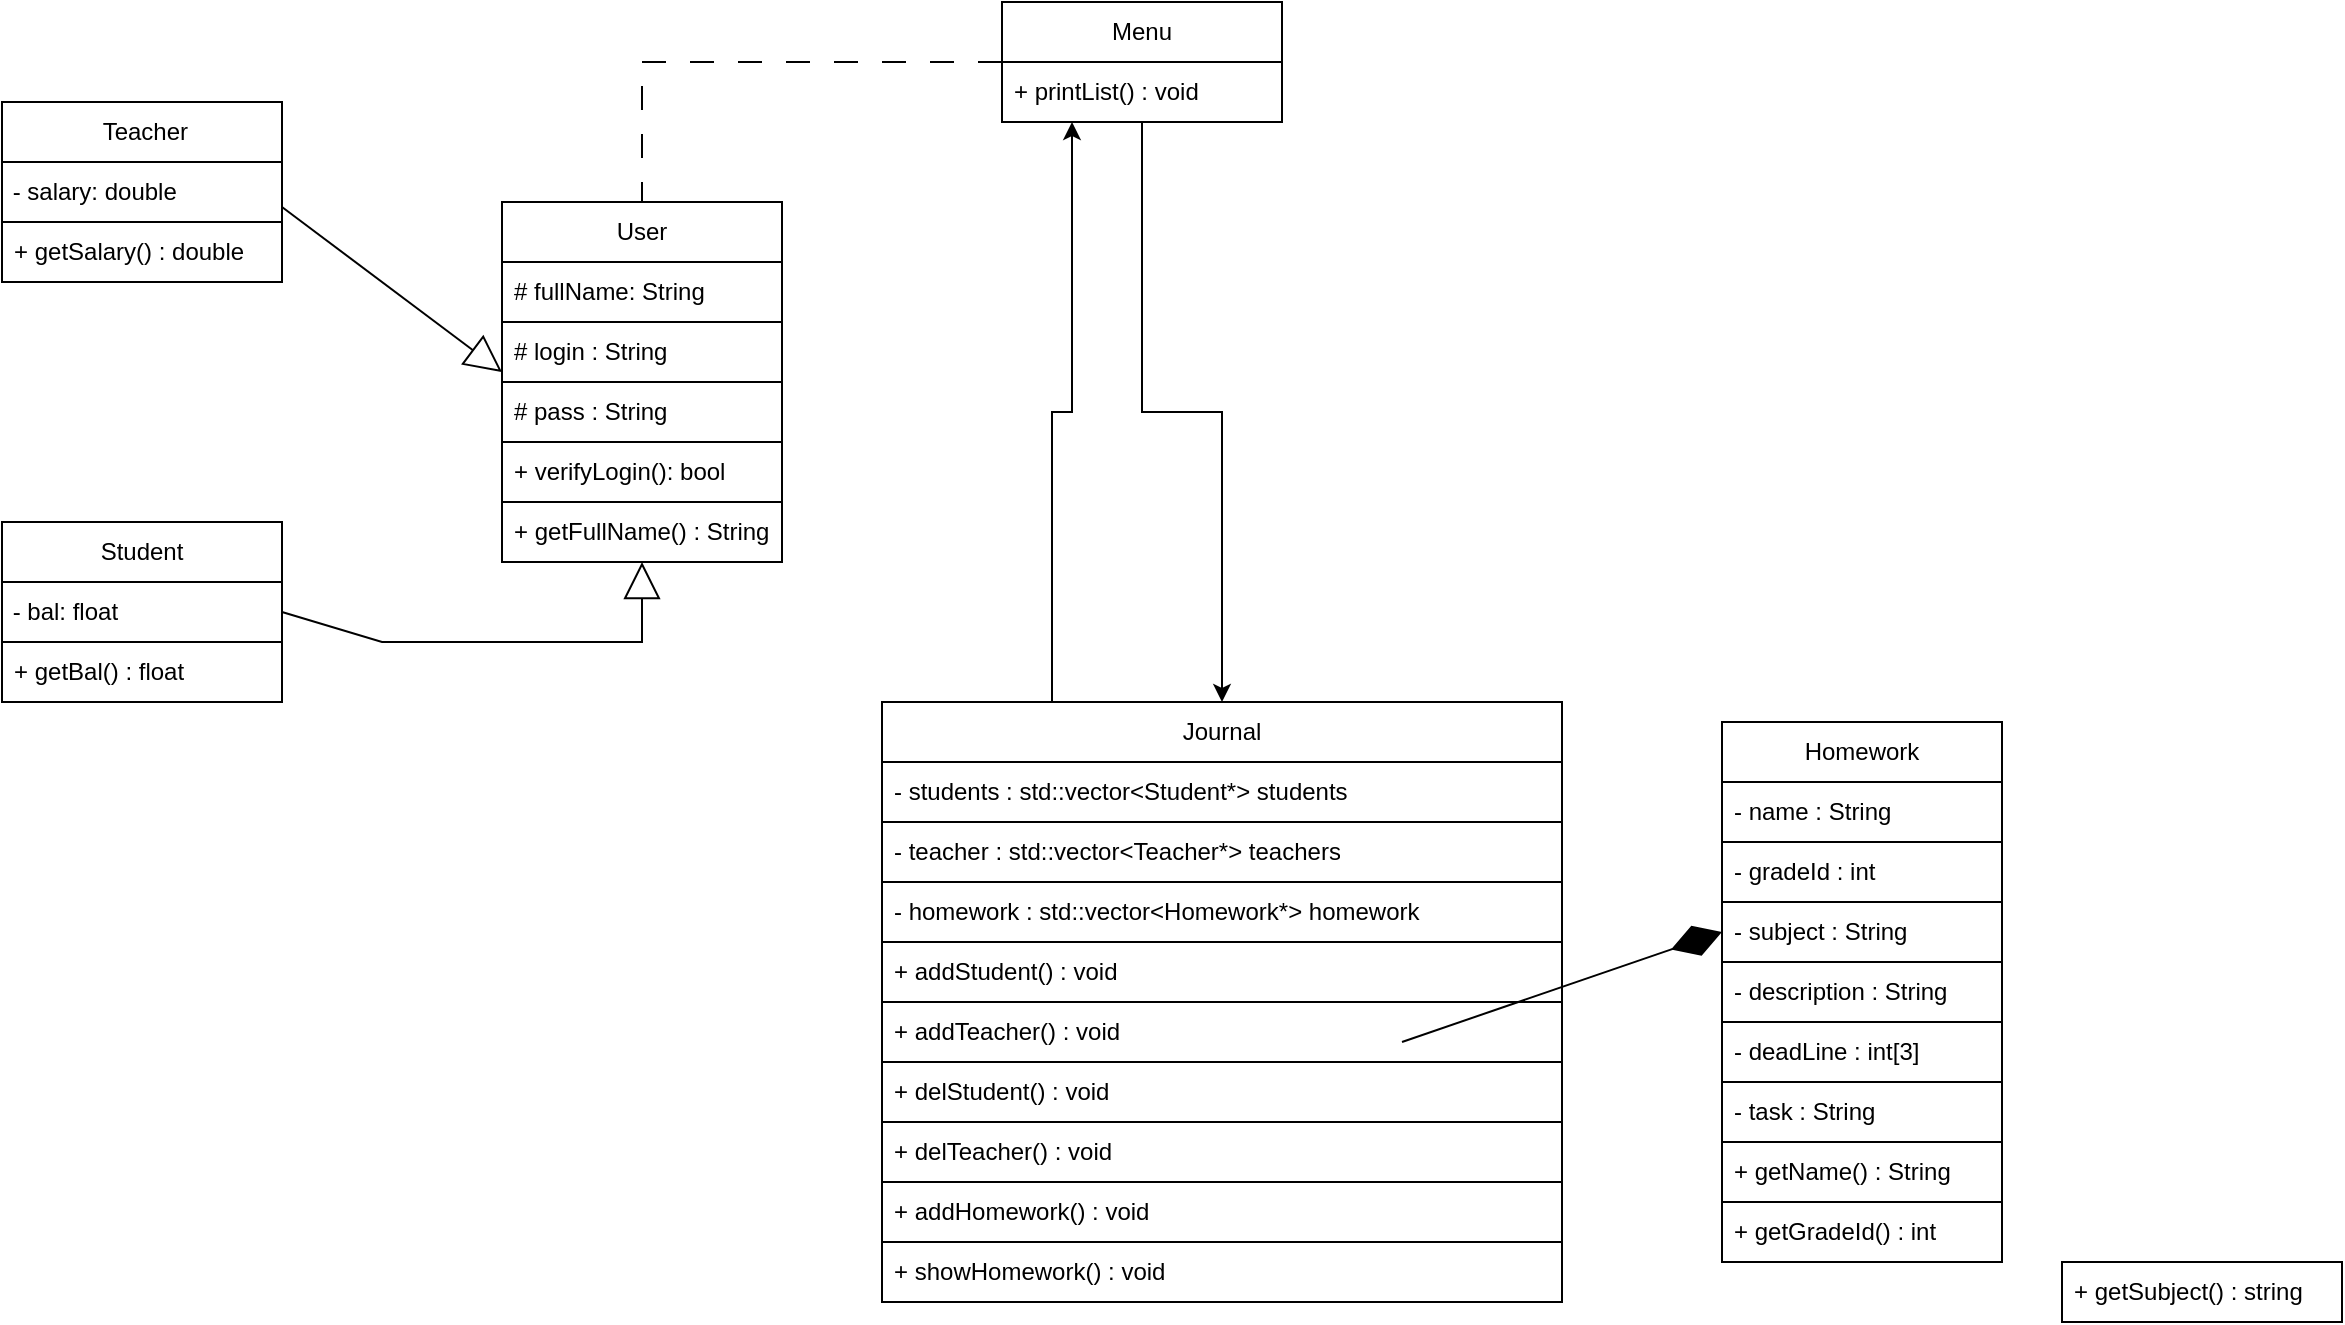
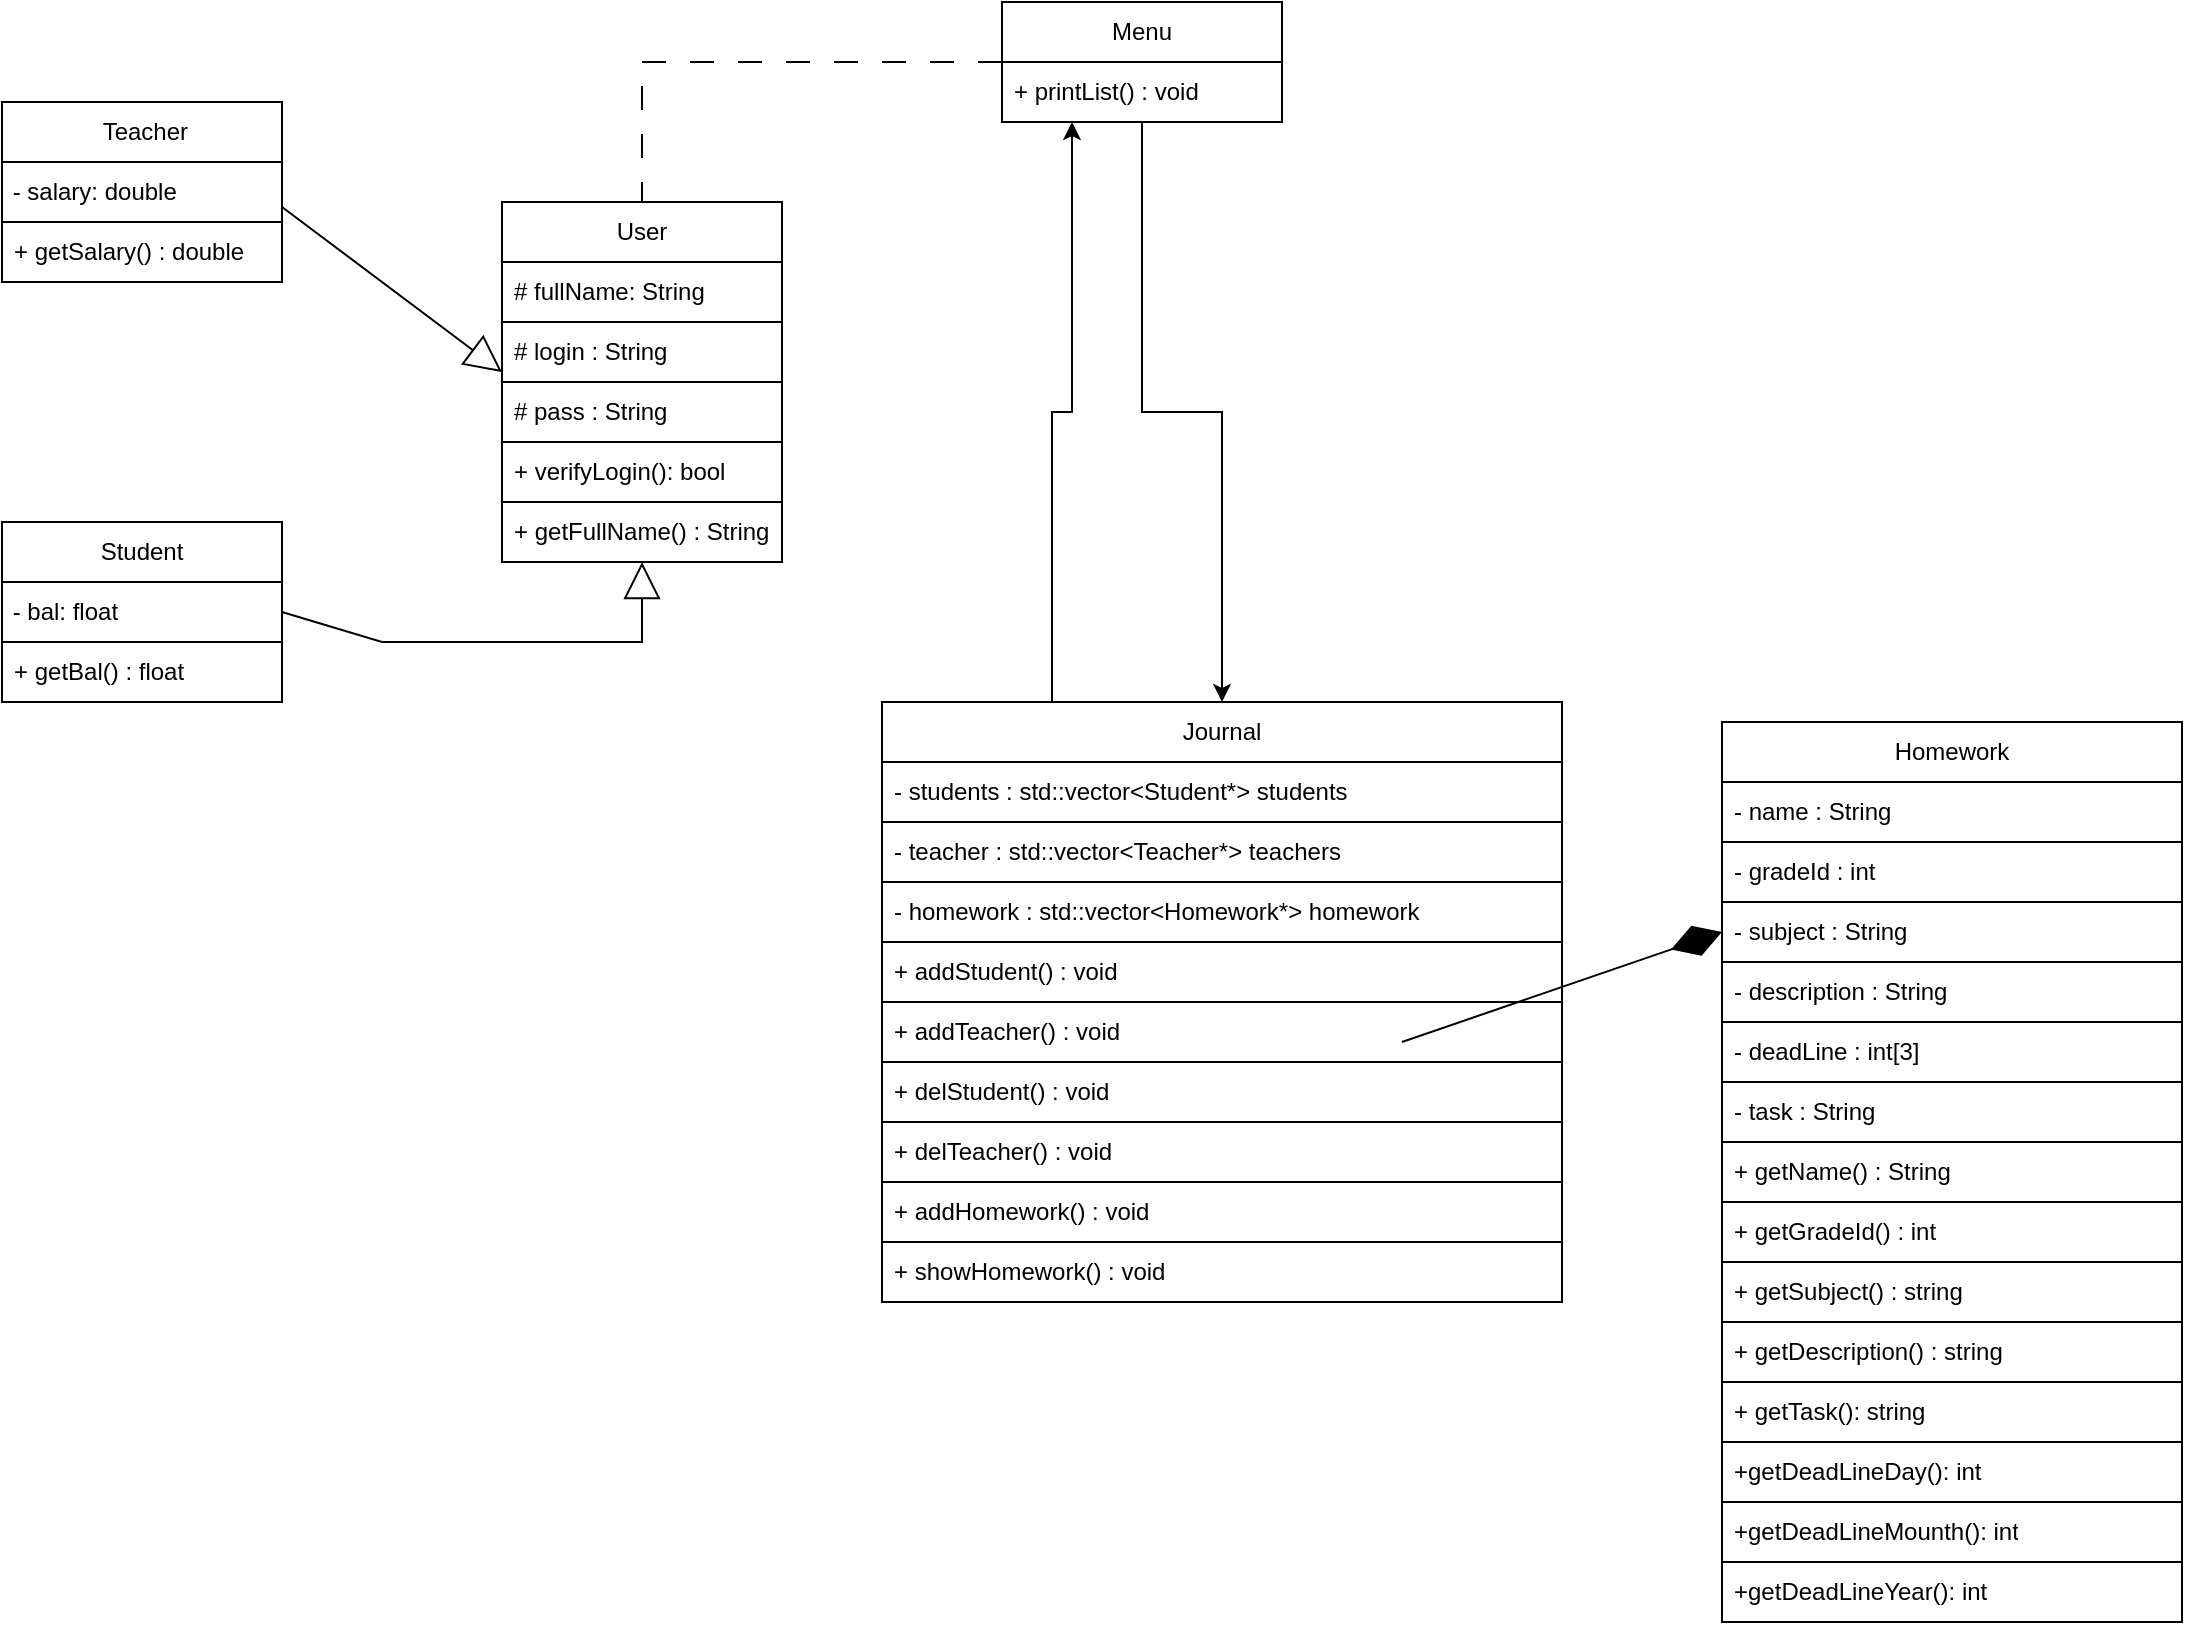
<mxfile host="app.diagrams.net" agent="Mozilla/5.0 (Windows NT 10.0; Win64; x64) AppleWebKit/537.36 (KHTML, like Gecko) Chrome/144.0.0.0 YaBrowser/26.3.0.0 Safari/537.36">
  <diagram name="Страница-1" id="uxawxyVBlgbyIQM6ajeT">
    <mxGraphModel dx="1414" dy="751" grid="1" gridSize="10" guides="1" tooltips="1" connect="1" arrows="1" fold="1" page="1" pageScale="1" pageWidth="700" pageHeight="1000" math="0" shadow="0">
      <root>
        <mxCell id="0" />
        <mxCell id="1" parent="0" />
        <mxCell id="GCuz6E3EBiHqZI_xGS0Z-3" parent="1" style="swimlane;fontStyle=0;childLayout=stackLayout;horizontal=1;startSize=30;horizontalStack=0;resizeParent=1;resizeParentMax=0;resizeLast=0;collapsible=1;marginBottom=0;whiteSpace=wrap;html=1;" value="Student" vertex="1">
          <mxGeometry height="90" width="140" x="20" y="340" as="geometry">
            <mxRectangle height="30" width="90" x="370" y="200" as="alternateBounds" />
          </mxGeometry>
        </mxCell>
        <mxCell id="GCuz6E3EBiHqZI_xGS0Z-7" parent="GCuz6E3EBiHqZI_xGS0Z-3" style="text;html=1;whiteSpace=wrap;strokeColor=default;fillColor=default;align=left;verticalAlign=middle;rounded=0;" value="&lt;span style=&quot;&quot;&gt;&amp;nbsp;- bal: float&lt;/span&gt;" vertex="1">
          <mxGeometry height="30" width="140" y="30" as="geometry" />
        </mxCell>
        <mxCell id="GCuz6E3EBiHqZI_xGS0Z-4" parent="GCuz6E3EBiHqZI_xGS0Z-3" style="text;strokeColor=default;fillColor=default;align=left;verticalAlign=middle;spacingLeft=4;spacingRight=4;overflow=hidden;points=[[0,0.5],[1,0.5]];portConstraint=eastwest;rotatable=0;whiteSpace=wrap;html=1;" value="+ getBal() : float" vertex="1">
          <mxGeometry height="30" width="140" y="60" as="geometry" />
        </mxCell>
        <mxCell id="8Yin8r3933yuqEZvRl84-43" edge="1" parent="1" source="GCuz6E3EBiHqZI_xGS0Z-8" style="edgeStyle=orthogonalEdgeStyle;rounded=0;orthogonalLoop=1;jettySize=auto;html=1;exitX=0.25;exitY=0;exitDx=0;exitDy=0;entryX=0.25;entryY=1;entryDx=0;entryDy=0;" target="GCuz6E3EBiHqZI_xGS0Z-16">
          <mxGeometry relative="1" as="geometry" />
        </mxCell>
        <mxCell id="GCuz6E3EBiHqZI_xGS0Z-8" parent="1" style="swimlane;fontStyle=0;childLayout=stackLayout;horizontal=1;startSize=30;horizontalStack=0;resizeParent=1;resizeParentMax=0;resizeLast=0;collapsible=1;marginBottom=0;whiteSpace=wrap;html=1;" value="Journal" vertex="1">
          <mxGeometry height="300" width="340" x="460" y="430" as="geometry" />
        </mxCell>
        <mxCell id="GCuz6E3EBiHqZI_xGS0Z-9" parent="GCuz6E3EBiHqZI_xGS0Z-8" style="text;align=left;verticalAlign=middle;spacingLeft=4;spacingRight=4;overflow=hidden;points=[[0,0.5],[1,0.5]];portConstraint=eastwest;rotatable=0;whiteSpace=wrap;html=1;fillColor=default;strokeColor=default;" value="- students : std::vector&amp;lt;Student*&amp;gt;&amp;nbsp;students" vertex="1">
          <mxGeometry height="30" width="340" y="30" as="geometry" />
        </mxCell>
        <mxCell id="8Yin8r3933yuqEZvRl84-10" parent="GCuz6E3EBiHqZI_xGS0Z-8" style="text;align=left;verticalAlign=middle;spacingLeft=4;spacingRight=4;overflow=hidden;points=[[0,0.5],[1,0.5]];portConstraint=eastwest;rotatable=0;whiteSpace=wrap;html=1;fillColor=default;strokeColor=default;" value="- teacher&amp;nbsp;: std::vector&amp;lt;Teacher*&amp;gt;&amp;nbsp;teachers" vertex="1">
          <mxGeometry height="30" width="340" y="60" as="geometry" />
        </mxCell>
        <mxCell id="8Yin8r3933yuqEZvRl84-49" parent="GCuz6E3EBiHqZI_xGS0Z-8" style="text;align=left;verticalAlign=middle;spacingLeft=4;spacingRight=4;overflow=hidden;points=[[0,0.5],[1,0.5]];portConstraint=eastwest;rotatable=0;whiteSpace=wrap;html=1;fillColor=default;strokeColor=default;" value="- homework&amp;nbsp;: std::vector&amp;lt;Homework*&amp;gt;&amp;nbsp;homework&amp;nbsp;" vertex="1">
          <mxGeometry height="30" width="340" y="90" as="geometry" />
        </mxCell>
        <mxCell id="GCuz6E3EBiHqZI_xGS0Z-10" parent="GCuz6E3EBiHqZI_xGS0Z-8" style="text;strokeColor=default;fillColor=default;align=left;verticalAlign=middle;spacingLeft=4;spacingRight=4;overflow=hidden;points=[[0,0.5],[1,0.5]];portConstraint=eastwest;rotatable=0;whiteSpace=wrap;html=1;gradientColor=none;rounded=0;glass=0;shadow=0;strokeWidth=1;" value="+ addStudent() : void" vertex="1">
          <mxGeometry height="30" width="340" y="120" as="geometry" />
        </mxCell>
        <mxCell id="GCuz6E3EBiHqZI_xGS0Z-28" parent="GCuz6E3EBiHqZI_xGS0Z-8" style="text;strokeColor=default;fillColor=default;align=left;verticalAlign=middle;spacingLeft=4;spacingRight=4;overflow=hidden;points=[[0,0.5],[1,0.5]];portConstraint=eastwest;rotatable=0;whiteSpace=wrap;html=1;gradientColor=none;rounded=0;glass=0;shadow=0;strokeWidth=1;" value="+ addTeacher() : void" vertex="1">
          <mxGeometry height="30" width="340" y="150" as="geometry" />
        </mxCell>
        <mxCell id="GCuz6E3EBiHqZI_xGS0Z-11" parent="GCuz6E3EBiHqZI_xGS0Z-8" style="text;align=left;verticalAlign=middle;spacingLeft=4;spacingRight=4;overflow=hidden;points=[[0,0.5],[1,0.5]];portConstraint=eastwest;rotatable=0;whiteSpace=wrap;html=1;fillColor=default;strokeColor=default;" value="+ delStudent() : void" vertex="1">
          <mxGeometry height="30" width="340" y="180" as="geometry" />
        </mxCell>
        <mxCell id="GCuz6E3EBiHqZI_xGS0Z-29" parent="GCuz6E3EBiHqZI_xGS0Z-8" style="text;align=left;verticalAlign=middle;spacingLeft=4;spacingRight=4;overflow=hidden;points=[[0,0.5],[1,0.5]];portConstraint=eastwest;rotatable=0;whiteSpace=wrap;html=1;fillColor=default;strokeColor=default;" value="+ delTeacher() : void" vertex="1">
          <mxGeometry height="30" width="340" y="210" as="geometry" />
        </mxCell>
        <mxCell id="8Yin8r3933yuqEZvRl84-33" parent="GCuz6E3EBiHqZI_xGS0Z-8" style="text;strokeColor=default;fillColor=default;align=left;verticalAlign=middle;spacingLeft=4;spacingRight=4;overflow=hidden;points=[[0,0.5],[1,0.5]];portConstraint=eastwest;rotatable=0;whiteSpace=wrap;html=1;" value="+ addHomework() : void" vertex="1">
          <mxGeometry height="30" width="340" y="240" as="geometry" />
        </mxCell>
        <mxCell id="GCuz6E3EBiHqZI_xGS0Z-19" parent="GCuz6E3EBiHqZI_xGS0Z-8" style="text;strokeColor=default;fillColor=default;align=left;verticalAlign=middle;spacingLeft=4;spacingRight=4;overflow=hidden;points=[[0,0.5],[1,0.5]];portConstraint=eastwest;rotatable=0;whiteSpace=wrap;html=1;" value="+ showHomework() : void" vertex="1">
          <mxGeometry height="30" width="340" y="270" as="geometry" />
        </mxCell>
        <mxCell id="8Yin8r3933yuqEZvRl84-32" edge="1" parent="1" source="GCuz6E3EBiHqZI_xGS0Z-16" style="edgeStyle=orthogonalEdgeStyle;rounded=0;orthogonalLoop=1;jettySize=auto;html=1;entryX=0.5;entryY=0;entryDx=0;entryDy=0;" target="GCuz6E3EBiHqZI_xGS0Z-8">
          <mxGeometry relative="1" as="geometry" />
        </mxCell>
        <mxCell id="AdEmohMLdduJ9aqZZ4lc-9" edge="1" parent="1" source="GCuz6E3EBiHqZI_xGS0Z-16" style="edgeStyle=orthogonalEdgeStyle;rounded=0;orthogonalLoop=1;jettySize=auto;html=1;dashed=1;dashPattern=12 12;endArrow=none;endFill=0;" target="GCuz6E3EBiHqZI_xGS0Z-32">
          <mxGeometry relative="1" as="geometry" />
        </mxCell>
        <mxCell id="GCuz6E3EBiHqZI_xGS0Z-16" parent="1" style="swimlane;fontStyle=0;childLayout=stackLayout;horizontal=1;startSize=30;horizontalStack=0;resizeParent=1;resizeParentMax=0;resizeLast=0;collapsible=1;marginBottom=0;whiteSpace=wrap;html=1;" value="Menu" vertex="1">
          <mxGeometry height="60" width="140" x="520" y="80" as="geometry" />
        </mxCell>
        <mxCell id="GCuz6E3EBiHqZI_xGS0Z-17" parent="GCuz6E3EBiHqZI_xGS0Z-16" style="text;strokeColor=default;fillColor=default;align=left;verticalAlign=middle;spacingLeft=4;spacingRight=4;overflow=hidden;points=[[0,0.5],[1,0.5]];portConstraint=eastwest;rotatable=0;whiteSpace=wrap;html=1;" value="+ printList() : void" vertex="1">
          <mxGeometry height="30" width="140" y="30" as="geometry" />
        </mxCell>
        <mxCell id="GCuz6E3EBiHqZI_xGS0Z-21" parent="1" style="swimlane;fontStyle=0;childLayout=stackLayout;horizontal=1;startSize=30;horizontalStack=0;resizeParent=1;resizeParentMax=0;resizeLast=0;collapsible=1;marginBottom=0;whiteSpace=wrap;html=1;" value="&amp;nbsp;Teacher" vertex="1">
          <mxGeometry height="90" width="140" x="20" y="130" as="geometry">
            <mxRectangle height="30" width="90" x="370" y="200" as="alternateBounds" />
          </mxGeometry>
        </mxCell>
        <mxCell id="GCuz6E3EBiHqZI_xGS0Z-23" parent="GCuz6E3EBiHqZI_xGS0Z-21" style="text;html=1;whiteSpace=wrap;strokeColor=default;fillColor=default;align=left;verticalAlign=middle;rounded=0;" value="&lt;span style=&quot;&quot;&gt;&amp;nbsp;- salary: double&lt;/span&gt;" vertex="1">
          <mxGeometry height="30" width="140" y="30" as="geometry" />
        </mxCell>
        <mxCell id="GCuz6E3EBiHqZI_xGS0Z-24" parent="GCuz6E3EBiHqZI_xGS0Z-21" style="text;strokeColor=default;fillColor=default;align=left;verticalAlign=middle;spacingLeft=4;spacingRight=4;overflow=hidden;points=[[0,0.5],[1,0.5]];portConstraint=eastwest;rotatable=0;whiteSpace=wrap;html=1;" value="+ getSalary() : double" vertex="1">
          <mxGeometry height="30" width="140" y="60" as="geometry" />
        </mxCell>
        <mxCell id="GCuz6E3EBiHqZI_xGS0Z-32" parent="1" style="swimlane;fontStyle=0;childLayout=stackLayout;horizontal=1;startSize=30;horizontalStack=0;resizeParent=1;resizeParentMax=0;resizeLast=0;collapsible=1;marginBottom=0;whiteSpace=wrap;html=1;" value="User" vertex="1">
          <mxGeometry height="180" width="140" x="270" y="180" as="geometry" />
        </mxCell>
        <mxCell id="GCuz6E3EBiHqZI_xGS0Z-5" parent="GCuz6E3EBiHqZI_xGS0Z-32" style="text;strokeColor=default;fillColor=default;align=left;verticalAlign=middle;spacingLeft=4;spacingRight=4;overflow=hidden;points=[[0,0.5],[1,0.5]];portConstraint=eastwest;rotatable=0;whiteSpace=wrap;html=1;" value="# fullName: String" vertex="1">
          <mxGeometry height="30" width="140" y="30" as="geometry" />
        </mxCell>
        <mxCell id="GCuz6E3EBiHqZI_xGS0Z-33" parent="GCuz6E3EBiHqZI_xGS0Z-32" style="text;strokeColor=default;fillColor=default;align=left;verticalAlign=middle;spacingLeft=4;spacingRight=4;overflow=hidden;points=[[0,0.5],[1,0.5]];portConstraint=eastwest;rotatable=0;whiteSpace=wrap;html=1;" value="# login : String" vertex="1">
          <mxGeometry height="30" width="140" y="60" as="geometry" />
        </mxCell>
        <mxCell id="GCuz6E3EBiHqZI_xGS0Z-34" parent="GCuz6E3EBiHqZI_xGS0Z-32" style="text;strokeColor=default;fillColor=default;align=left;verticalAlign=middle;spacingLeft=4;spacingRight=4;overflow=hidden;points=[[0,0.5],[1,0.5]];portConstraint=eastwest;rotatable=0;whiteSpace=wrap;html=1;" value="# pass : String" vertex="1">
          <mxGeometry height="30" width="140" y="90" as="geometry" />
        </mxCell>
        <mxCell id="GCuz6E3EBiHqZI_xGS0Z-35" parent="GCuz6E3EBiHqZI_xGS0Z-32" style="text;strokeColor=default;fillColor=default;align=left;verticalAlign=middle;spacingLeft=4;spacingRight=4;overflow=hidden;points=[[0,0.5],[1,0.5]];portConstraint=eastwest;rotatable=0;whiteSpace=wrap;html=1;" value="+ verifyLogin(): bool" vertex="1">
          <mxGeometry height="30" width="140" y="120" as="geometry" />
        </mxCell>
        <mxCell id="GCuz6E3EBiHqZI_xGS0Z-6" parent="GCuz6E3EBiHqZI_xGS0Z-32" style="text;strokeColor=default;fillColor=default;align=left;verticalAlign=middle;spacingLeft=4;spacingRight=4;overflow=hidden;points=[[0,0.5],[1,0.5]];portConstraint=eastwest;rotatable=0;whiteSpace=wrap;html=1;" value="+ getFullName() : String" vertex="1">
          <mxGeometry height="30" width="140" y="150" as="geometry" />
        </mxCell>
        <mxCell id="8Yin8r3933yuqEZvRl84-35" parent="1" style="swimlane;fontStyle=0;childLayout=stackLayout;horizontal=1;startSize=30;horizontalStack=0;resizeParent=1;resizeParentMax=0;resizeLast=0;collapsible=1;marginBottom=0;whiteSpace=wrap;html=1;" value="Homework" vertex="1">
-           <mxGeometry height="270" width="140" x="880" y="440" as="geometry" />
+           <mxGeometry height="450" width="230" x="880" y="440" as="geometry" />
        </mxCell>
        <mxCell id="8Yin8r3933yuqEZvRl84-36" parent="8Yin8r3933yuqEZvRl84-35" style="text;strokeColor=default;fillColor=default;align=left;verticalAlign=middle;spacingLeft=4;spacingRight=4;overflow=hidden;points=[[0,0.5],[1,0.5]];portConstraint=eastwest;rotatable=0;whiteSpace=wrap;html=1;" value="- name : String" vertex="1">
-           <mxGeometry height="30" width="140" y="30" as="geometry" />
+           <mxGeometry height="30" width="230" y="30" as="geometry" />
        </mxCell>
        <mxCell id="8Yin8r3933yuqEZvRl84-37" parent="8Yin8r3933yuqEZvRl84-35" style="text;strokeColor=default;fillColor=default;align=left;verticalAlign=middle;spacingLeft=4;spacingRight=4;overflow=hidden;points=[[0,0.5],[1,0.5]];portConstraint=eastwest;rotatable=0;whiteSpace=wrap;html=1;" value="- gradeId : int" vertex="1">
-           <mxGeometry height="30" width="140" y="60" as="geometry" />
+           <mxGeometry height="30" width="230" y="60" as="geometry" />
        </mxCell>
        <mxCell id="8Yin8r3933yuqEZvRl84-40" parent="8Yin8r3933yuqEZvRl84-35" style="text;strokeColor=default;fillColor=default;align=left;verticalAlign=middle;spacingLeft=4;spacingRight=4;overflow=hidden;points=[[0,0.5],[1,0.5]];portConstraint=eastwest;rotatable=0;whiteSpace=wrap;html=1;" value="- subject&amp;nbsp;: String" vertex="1">
-           <mxGeometry height="30" width="140" y="90" as="geometry" />
+           <mxGeometry height="30" width="230" y="90" as="geometry" />
        </mxCell>
        <mxCell id="8Yin8r3933yuqEZvRl84-45" parent="8Yin8r3933yuqEZvRl84-35" style="text;strokeColor=default;fillColor=default;align=left;verticalAlign=middle;spacingLeft=4;spacingRight=4;overflow=hidden;points=[[0,0.5],[1,0.5]];portConstraint=eastwest;rotatable=0;whiteSpace=wrap;html=1;" value="- description : String" vertex="1">
-           <mxGeometry height="30" width="140" y="120" as="geometry" />
+           <mxGeometry height="30" width="230" y="120" as="geometry" />
        </mxCell>
        <mxCell id="8Yin8r3933yuqEZvRl84-48" parent="8Yin8r3933yuqEZvRl84-35" style="text;strokeColor=default;fillColor=default;align=left;verticalAlign=middle;spacingLeft=4;spacingRight=4;overflow=hidden;points=[[0,0.5],[1,0.5]];portConstraint=eastwest;rotatable=0;whiteSpace=wrap;html=1;" value="- deadLine : int[3]" vertex="1">
-           <mxGeometry height="30" width="140" y="150" as="geometry" />
+           <mxGeometry height="30" width="230" y="150" as="geometry" />
        </mxCell>
        <mxCell id="8Yin8r3933yuqEZvRl84-47" parent="8Yin8r3933yuqEZvRl84-35" style="text;strokeColor=default;fillColor=default;align=left;verticalAlign=middle;spacingLeft=4;spacingRight=4;overflow=hidden;points=[[0,0.5],[1,0.5]];portConstraint=eastwest;rotatable=0;whiteSpace=wrap;html=1;" value="- task&amp;nbsp;: String" vertex="1">
-           <mxGeometry height="30" width="140" y="180" as="geometry" />
+           <mxGeometry height="30" width="230" y="180" as="geometry" />
        </mxCell>
        <mxCell id="cCa-32EYyBPj5HP_jC2u-1" parent="8Yin8r3933yuqEZvRl84-35" style="text;strokeColor=default;fillColor=default;align=left;verticalAlign=middle;spacingLeft=4;spacingRight=4;overflow=hidden;points=[[0,0.5],[1,0.5]];portConstraint=eastwest;rotatable=0;whiteSpace=wrap;html=1;" value="+ getName() : String" vertex="1">
-           <mxGeometry height="30" width="140" y="210" as="geometry" />
+           <mxGeometry height="30" width="230" y="210" as="geometry" />
        </mxCell>
        <mxCell id="cCa-32EYyBPj5HP_jC2u-2" parent="8Yin8r3933yuqEZvRl84-35" style="text;strokeColor=default;fillColor=default;align=left;verticalAlign=middle;spacingLeft=4;spacingRight=4;overflow=hidden;points=[[0,0.5],[1,0.5]];portConstraint=eastwest;rotatable=0;whiteSpace=wrap;html=1;" value="+ getGradeId() : int" vertex="1">
-           <mxGeometry height="30" width="140" y="240" as="geometry" />
+           <mxGeometry height="30" width="230" y="240" as="geometry" />
+         </mxCell>
+         <mxCell id="cCa-32EYyBPj5HP_jC2u-3" parent="8Yin8r3933yuqEZvRl84-35" style="text;strokeColor=default;fillColor=default;align=left;verticalAlign=middle;spacingLeft=4;spacingRight=4;overflow=hidden;points=[[0,0.5],[1,0.5]];portConstraint=eastwest;rotatable=0;whiteSpace=wrap;html=1;" value="+ getSubject() :&amp;nbsp;string" vertex="1">
+           <mxGeometry height="30" width="230" y="270" as="geometry" />
+         </mxCell>
+         <mxCell id="cCa-32EYyBPj5HP_jC2u-4" parent="8Yin8r3933yuqEZvRl84-35" style="text;strokeColor=default;fillColor=default;align=left;verticalAlign=middle;spacingLeft=4;spacingRight=4;overflow=hidden;points=[[0,0.5],[1,0.5]];portConstraint=eastwest;rotatable=0;whiteSpace=wrap;html=1;" value="+ getDescription() :&amp;nbsp;string" vertex="1">
+           <mxGeometry height="30" width="230" y="300" as="geometry" />
+         </mxCell>
+         <mxCell id="cCa-32EYyBPj5HP_jC2u-5" parent="8Yin8r3933yuqEZvRl84-35" style="text;strokeColor=default;fillColor=default;align=left;verticalAlign=middle;spacingLeft=4;spacingRight=4;overflow=hidden;points=[[0,0.5],[1,0.5]];portConstraint=eastwest;rotatable=0;whiteSpace=wrap;html=1;" value="+ getTask():&amp;nbsp;string" vertex="1">
+           <mxGeometry height="30" width="230" y="330" as="geometry" />
+         </mxCell>
+         <mxCell id="cCa-32EYyBPj5HP_jC2u-18" parent="8Yin8r3933yuqEZvRl84-35" style="text;strokeColor=default;fillColor=default;align=left;verticalAlign=middle;spacingLeft=4;spacingRight=4;overflow=hidden;points=[[0,0.5],[1,0.5]];portConstraint=eastwest;rotatable=0;whiteSpace=wrap;html=1;" value="+getDeadLineDay():&amp;nbsp;int" vertex="1">
+           <mxGeometry height="30" width="230" y="360" as="geometry" />
+         </mxCell>
+         <mxCell id="cCa-32EYyBPj5HP_jC2u-19" parent="8Yin8r3933yuqEZvRl84-35" style="text;strokeColor=default;fillColor=default;align=left;verticalAlign=middle;spacingLeft=4;spacingRight=4;overflow=hidden;points=[[0,0.5],[1,0.5]];portConstraint=eastwest;rotatable=0;whiteSpace=wrap;html=1;" value="+getDeadLineMounth():&amp;nbsp;int" vertex="1">
+           <mxGeometry height="30" width="230" y="390" as="geometry" />
+         </mxCell>
+         <mxCell id="cCa-32EYyBPj5HP_jC2u-34" parent="8Yin8r3933yuqEZvRl84-35" style="text;strokeColor=default;fillColor=default;align=left;verticalAlign=middle;spacingLeft=4;spacingRight=4;overflow=hidden;points=[[0,0.5],[1,0.5]];portConstraint=eastwest;rotatable=0;whiteSpace=wrap;html=1;" value="+getDeadLineYear():&amp;nbsp;int" vertex="1">
+           <mxGeometry height="30" width="230" y="420" as="geometry" />
        </mxCell>
        <mxCell id="AdEmohMLdduJ9aqZZ4lc-6" edge="1" parent="1" style="endArrow=diamondThin;endFill=1;endSize=24;html=1;rounded=0;entryX=0;entryY=0.5;entryDx=0;entryDy=0;" target="8Yin8r3933yuqEZvRl84-40" value="">
          <mxGeometry relative="1" width="160" as="geometry">
            <mxPoint x="720" y="600" as="sourcePoint" />
            <mxPoint x="880" y="600" as="targetPoint" />
          </mxGeometry>
        </mxCell>
        <mxCell id="AdEmohMLdduJ9aqZZ4lc-13" edge="1" parent="1" source="GCuz6E3EBiHqZI_xGS0Z-3" style="endArrow=block;endSize=16;endFill=0;html=1;rounded=0;exitX=1;exitY=0.5;exitDx=0;exitDy=0;entryX=0.5;entryY=1;entryDx=0;entryDy=0;" target="GCuz6E3EBiHqZI_xGS0Z-32" value="">
          <mxGeometry relative="1" width="160" as="geometry">
            <mxPoint as="offset" />
            <Array as="points">
              <mxPoint x="210" y="400" />
              <mxPoint x="340" y="400" />
            </Array>
            <mxPoint x="180" y="400" as="sourcePoint" />
            <mxPoint x="340" y="400" as="targetPoint" />
          </mxGeometry>
        </mxCell>
        <mxCell id="AdEmohMLdduJ9aqZZ4lc-14" edge="1" parent="1" source="GCuz6E3EBiHqZI_xGS0Z-23" style="endArrow=block;endSize=16;endFill=0;html=1;rounded=0;exitX=1;exitY=0.75;exitDx=0;exitDy=0;entryX=0.5;entryY=0;entryDx=0;entryDy=0;" value="">
          <mxGeometry relative="1" width="160" as="geometry">
            <mxPoint x="90" y="275" as="sourcePoint" />
            <mxPoint x="270" y="265" as="targetPoint" />
          </mxGeometry>
        </mxCell>
-         <mxCell id="cCa-32EYyBPj5HP_jC2u-3" parent="1" style="text;strokeColor=default;fillColor=default;align=left;verticalAlign=middle;spacingLeft=4;spacingRight=4;overflow=hidden;points=[[0,0.5],[1,0.5]];portConstraint=eastwest;rotatable=0;whiteSpace=wrap;html=1;" value="+ getSubject() :&amp;nbsp;string" vertex="1">
-           <mxGeometry height="30" width="140" x="1050" y="710" as="geometry" />
-         </mxCell>
      </root>
    </mxGraphModel>
  </diagram>
</mxfile>
